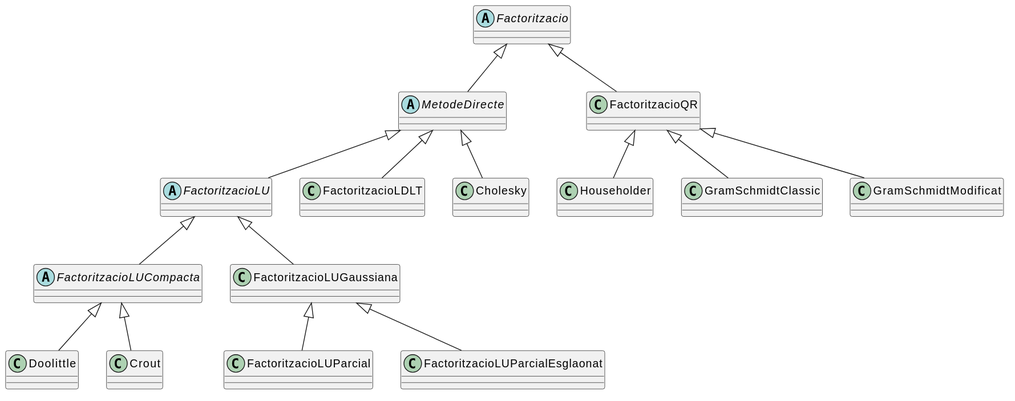
Earlier version of the PlantUML export classes.svg (alex-touza/aln).
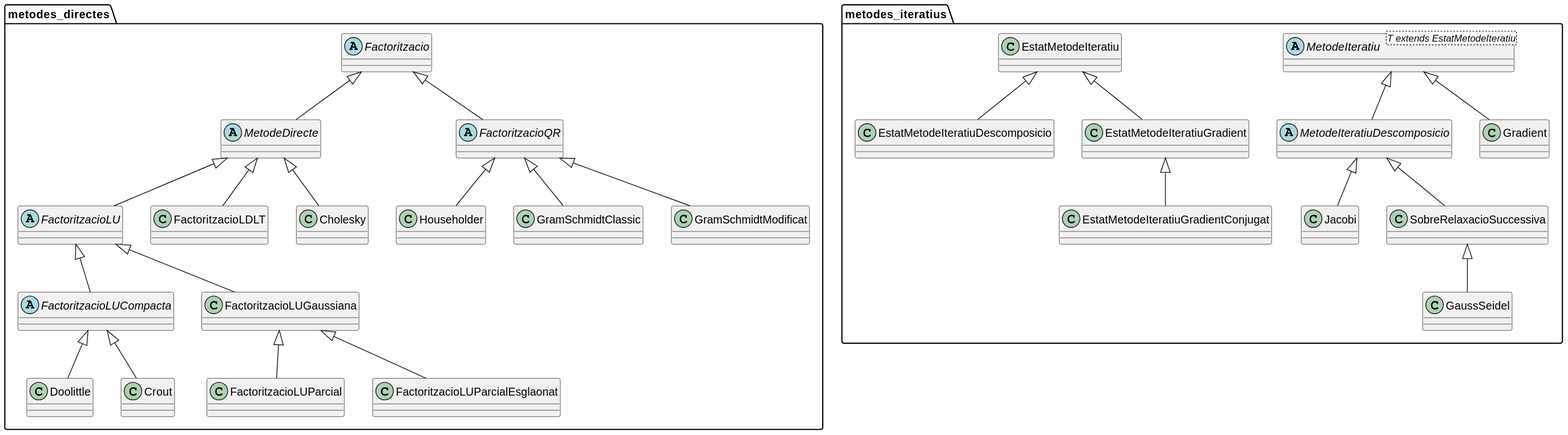
The same file after the commit.

Commit message:
Actualitzar diagrama de classes

What changed in the source:
```diff
@@ -1,22 +1,39 @@
 @startuml
 
+namespace metodes_directes {
+    abstract class Factoritzacio
+    abstract class MetodeDirecte extends Factoritzacio
+    abstract class FactoritzacioLU extends MetodeDirecte
+    abstract class FactoritzacioLUCompacta extends FactoritzacioLU
+    class FactoritzacioLUGaussiana extends FactoritzacioLU
 
-abstract class Factoritzacio
-abstract class MetodeDirecte extends Factoritzacio
-abstract class FactoritzacioLU extends MetodeDirecte
-abstract class FactoritzacioLUCompacta extends FactoritzacioLU
-class FactoritzacioLUGaussiana extends FactoritzacioLU
+    class FactoritzacioLUParcial extends FactoritzacioLUGaussiana
+    class FactoritzacioLUParcialEsglaonat extends FactoritzacioLUGaussiana
 
-class FactoritzacioLUParcial extends FactoritzacioLUGaussiana
-class FactoritzacioLUParcialEsglaonat extends FactoritzacioLUGaussiana
-class Doolittle extends FactoritzacioLUCompacta
-class Crout extends FactoritzacioLUCompacta
+    class Doolittle extends FactoritzacioLUCompacta
+    class Crout extends FactoritzacioLUCompacta
 
-class FactoritzacioLDLT extends MetodeDirecte
-class Cholesky extends MetodeDirecte
+    class FactoritzacioLDLT extends MetodeDirecte
+    class Cholesky extends MetodeDirecte
 
-class FactoritzacioQR extends Factoritzacio
-class Householder extends FactoritzacioQR
-class GramSchmidtClassic extends FactoritzacioQR
-class GramSchmidtModificat extends FactoritzacioQR
+    abstract class FactoritzacioQR extends Factoritzacio
+    class Householder extends FactoritzacioQR
+    class GramSchmidtClassic extends FactoritzacioQR
+    class GramSchmidtModificat extends FactoritzacioQR
+}
+
+namespace metodes_iteratius {
+    abstract class MetodeIteratiu<T extends EstatMetodeIteratiu>
+    abstract class MetodeIteratiuDescomposicio extends MetodeIteratiu
+    class Jacobi extends MetodeIteratiuDescomposicio
+    class SobreRelaxacioSuccessiva extends MetodeIteratiuDescomposicio
+    class GaussSeidel extends SobreRelaxacioSuccessiva
+
+    class Gradient extends MetodeIteratiu
+
+    class EstatMetodeIteratiu
+    class EstatMetodeIteratiuDescomposicio extends EstatMetodeIteratiu
+    class EstatMetodeIteratiuGradient extends EstatMetodeIteratiu
+    class EstatMetodeIteratiuGradientConjugat extends EstatMetodeIteratiuGradient
+}
 @enduml
```
